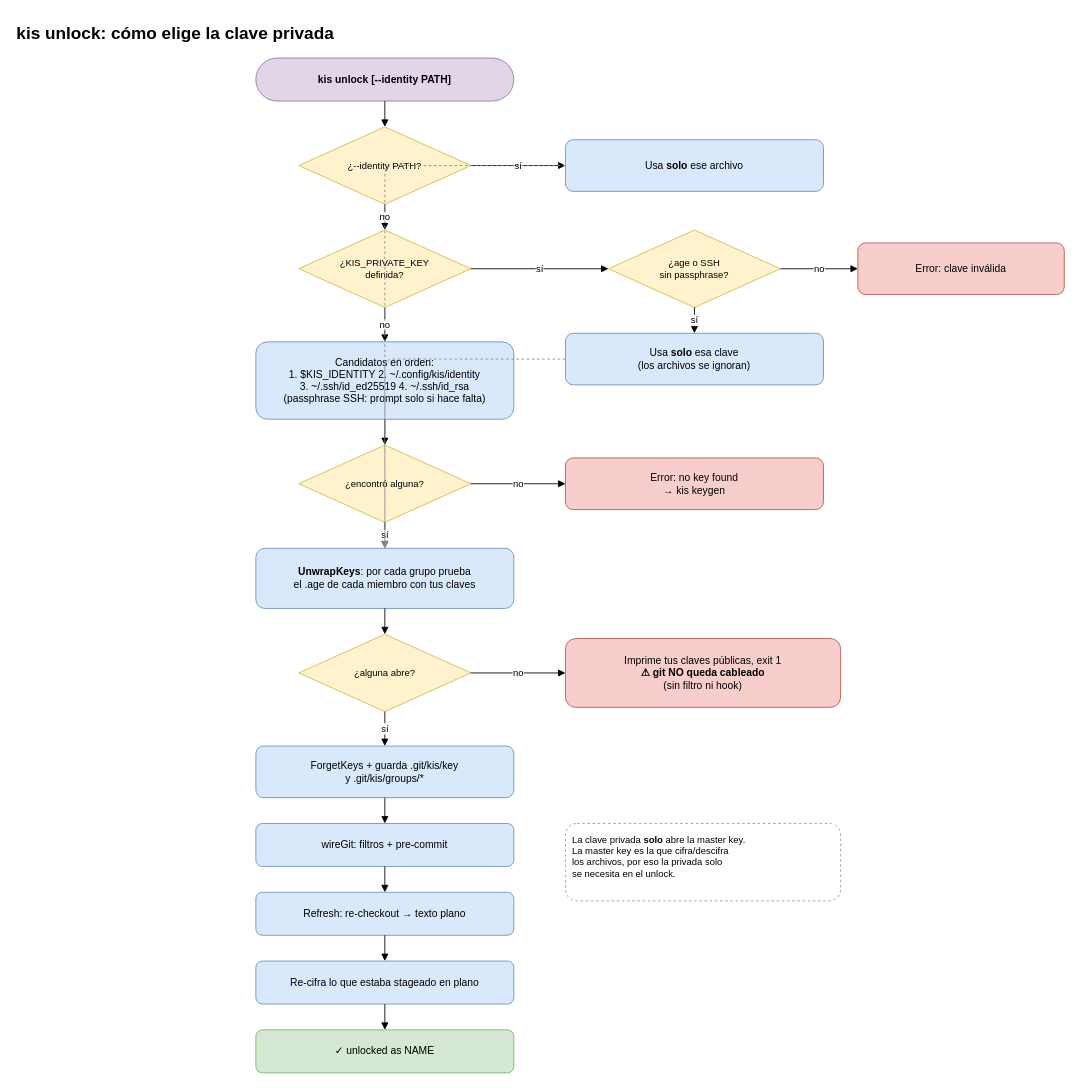
Above: page "4 · kis unlock: which key it uses" (4 of 10) of docs/diagrams/kis-flows.drawio in juanfraherrero/keep-in-secret (draw.io), before the change. Source tidied: cells renumbered, new cells numbered last; positions are measured from the earlier drawing's top-left corner, leaving out a move shared by most shapes. Both pictures are drawn from the tidied source at 86%, with x=0, y=0 at pixel (15, 15).
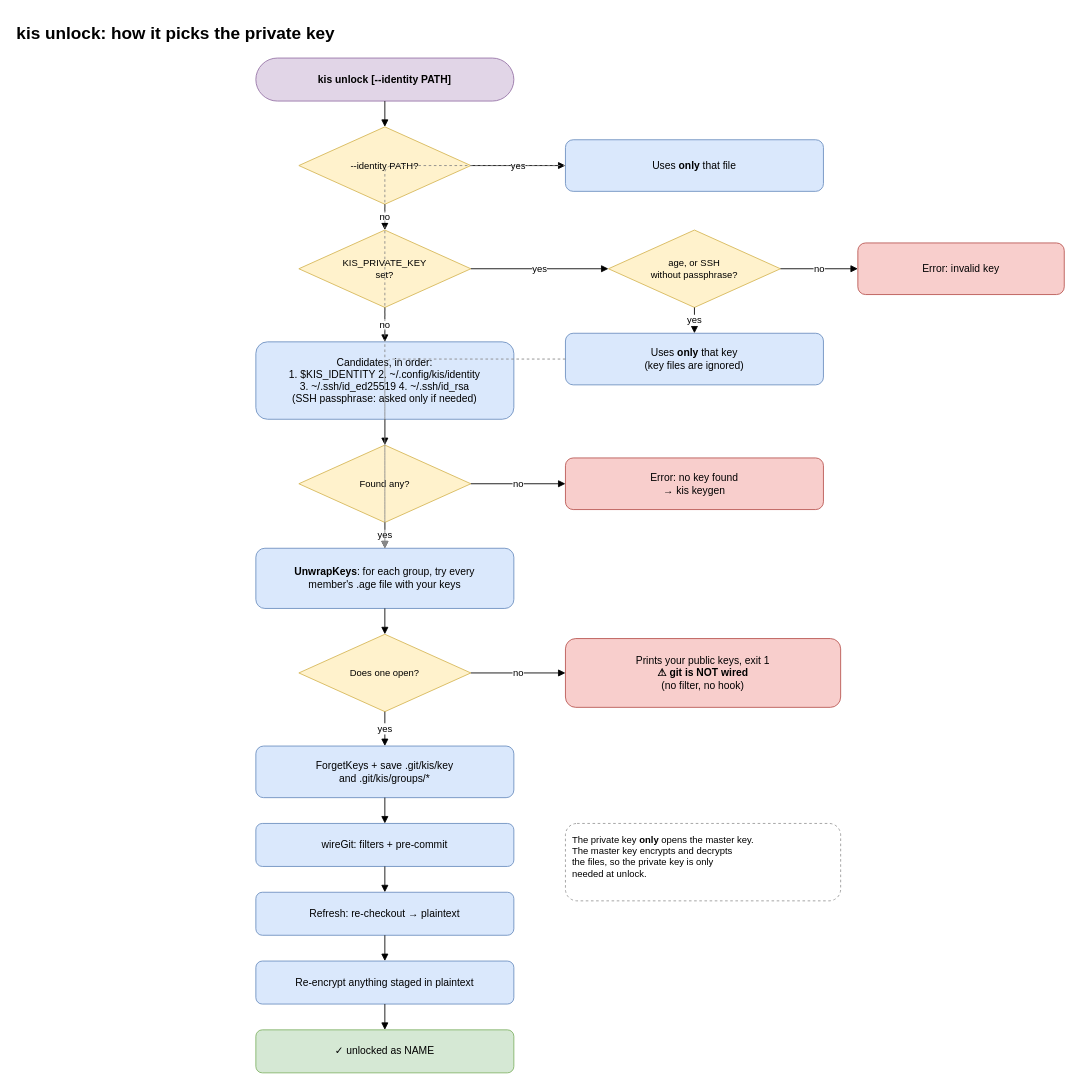
The same diagram, later.

Commit message (it also covers changes not shown here):
docs: troubleshooting guide, --identity, guard decision, diagrams

Diff of the diagram source:
```diff
@@
-    <mxCell id="2" value="kis unlock: cómo elige la clave privada" style="text;html=1;fontSize=20;fontStyle=1;align=left;verticalAlign=middle;" parent="1" vertex="1">
+    <mxCell id="2" value="kis unlock: how it picks the private key" style="text;html=1;fontSize=20;fontStyle=1;align=left;verticalAlign=middle;" parent="1" vertex="1">
       <mxGeometry width="900" height="40" as="geometry" />
     </mxCell>
@@
-    <mxCell id="4" value="¿--identity PATH?" style="rhombus;whiteSpace=wrap;html=1;fillColor=#fff2cc;strokeColor=#d6b656;fontSize=11;" parent="1" vertex="1">
+    <mxCell id="4" value="--identity PATH?" style="rhombus;whiteSpace=wrap;html=1;fillColor=#fff2cc;strokeColor=#d6b656;fontSize=11;" parent="1" vertex="1">
       <mxGeometry x="330" y="130" width="200" height="90" as="geometry" />
     </mxCell>
-    <mxCell id="5" value="Usa &lt;b&gt;solo&lt;/b&gt; ese archivo" style="rounded=1;whiteSpace=wrap;html=1;fillColor=#dae8fc;strokeColor=#6c8ebf;fontSize=12;" parent="1" vertex="1">
+    <mxCell id="5" value="Uses &lt;b&gt;only&lt;/b&gt; that file" style="rounded=1;whiteSpace=wrap;html=1;fillColor=#dae8fc;strokeColor=#6c8ebf;fontSize=12;" parent="1" vertex="1">
       <mxGeometry x="640" y="145" width="300" height="60" as="geometry" />
     </mxCell>
-    <mxCell id="6" value="¿KIS_PRIVATE_KEY&lt;br&gt;definida?" style="rhombus;whiteSpace=wrap;html=1;fillColor=#fff2cc;strokeColor=#d6b656;fontSize=11;" parent="1" vertex="1">
+    <mxCell id="6" value="KIS_PRIVATE_KEY&lt;br&gt;set?" style="rhombus;whiteSpace=wrap;html=1;fillColor=#fff2cc;strokeColor=#d6b656;fontSize=11;" parent="1" vertex="1">
       <mxGeometry x="330" y="250" width="200" height="90" as="geometry" />
     </mxCell>
-    <mxCell id="7" value="¿age o SSH&lt;br&gt;sin passphrase?" style="rhombus;whiteSpace=wrap;html=1;fillColor=#fff2cc;strokeColor=#d6b656;fontSize=11;" parent="1" vertex="1">
+    <mxCell id="7" value="age, or SSH&lt;br&gt;without passphrase?" style="rhombus;whiteSpace=wrap;html=1;fillColor=#fff2cc;strokeColor=#d6b656;fontSize=11;" parent="1" vertex="1">
       <mxGeometry x="690" y="250" width="200" height="90" as="geometry" />
     </mxCell>
-    <mxCell id="8" value="Error: clave inválida" style="rounded=1;whiteSpace=wrap;html=1;fillColor=#f8cecc;strokeColor=#b85450;fontSize=12;" parent="1" vertex="1">
+    <mxCell id="8" value="Error: invalid key" style="rounded=1;whiteSpace=wrap;html=1;fillColor=#f8cecc;strokeColor=#b85450;fontSize=12;" parent="1" vertex="1">
       <mxGeometry x="980" y="265" width="240" height="60" as="geometry" />
     </mxCell>
-    <mxCell id="9" value="Usa &lt;b&gt;solo&lt;/b&gt; esa clave&lt;br&gt;(los archivos se ignoran)" style="rounded=1;whiteSpace=wrap;html=1;fillColor=#dae8fc;strokeColor=#6c8ebf;fontSize=12;" parent="1" vertex="1">
+    <mxCell id="9" value="Uses &lt;b&gt;only&lt;/b&gt; that key&lt;br&gt;(key files are ignored)" style="rounded=1;whiteSpace=wrap;html=1;fillColor=#dae8fc;strokeColor=#6c8ebf;fontSize=12;" parent="1" vertex="1">
       <mxGeometry x="640" y="370" width="300" height="60" as="geometry" />
     </mxCell>
-    <mxCell id="10" value="Candidatos en orden:&lt;br&gt;1. $KIS_IDENTITY  2. ~/.config/kis/identity&lt;br&gt;3. ~/.ssh/id_ed25519  4. ~/.ssh/id_rsa&lt;br&gt;(passphrase SSH: prompt solo si hace falta)" style="rounded=1;whiteSpace=wrap;html=1;fillColor=#dae8fc;strokeColor=#6c8ebf;fontSize=12;" parent="1" vertex="1">
+    <mxCell id="10" value="Candidates, in order:&lt;br&gt;1. $KIS_IDENTITY  2. ~/.config/kis/identity&lt;br&gt;3. ~/.ssh/id_ed25519  4. ~/.ssh/id_rsa&lt;br&gt;(SSH passphrase: asked only if needed)" style="rounded=1;whiteSpace=wrap;html=1;fillColor=#dae8fc;strokeColor=#6c8ebf;fontSize=12;" parent="1" vertex="1">
       <mxGeometry x="280" y="380" width="300" height="90" as="geometry" />
     </mxCell>
-    <mxCell id="11" value="¿encontró alguna?" style="rhombus;whiteSpace=wrap;html=1;fillColor=#fff2cc;strokeColor=#d6b656;fontSize=11;" parent="1" vertex="1">
+    <mxCell id="11" value="Found any?" style="rhombus;whiteSpace=wrap;html=1;fillColor=#fff2cc;strokeColor=#d6b656;fontSize=11;" parent="1" vertex="1">
       <mxGeometry x="330" y="500" width="200" height="90" as="geometry" />
     </mxCell>
@@
-    <mxCell id="13" value="&lt;b&gt;UnwrapKeys&lt;/b&gt;: por cada grupo prueba&lt;br&gt;el .age de cada miembro con tus claves" style="rounded=1;whiteSpace=wrap;html=1;fillColor=#dae8fc;strokeColor=#6c8ebf;fontSize=12;" parent="1" vertex="1">
+    <mxCell id="13" value="&lt;b&gt;UnwrapKeys&lt;/b&gt;: for each group, try every&lt;br&gt;member's .age file with your keys" style="rounded=1;whiteSpace=wrap;html=1;fillColor=#dae8fc;strokeColor=#6c8ebf;fontSize=12;" parent="1" vertex="1">
       <mxGeometry x="280" y="620" width="300" height="70" as="geometry" />
     </mxCell>
-    <mxCell id="14" value="¿alguna abre?" style="rhombus;whiteSpace=wrap;html=1;fillColor=#fff2cc;strokeColor=#d6b656;fontSize=11;" parent="1" vertex="1">
+    <mxCell id="14" value="Does one open?" style="rhombus;whiteSpace=wrap;html=1;fillColor=#fff2cc;strokeColor=#d6b656;fontSize=11;" parent="1" vertex="1">
       <mxGeometry x="330" y="720" width="200" height="90" as="geometry" />
     </mxCell>
-    <mxCell id="15" value="Imprime tus claves públicas, exit 1&lt;br&gt;&lt;b&gt;⚠ git NO queda cableado&lt;/b&gt;&lt;br&gt;(sin filtro ni hook)" style="rounded=1;whiteSpace=wrap;html=1;fillColor=#f8cecc;strokeColor=#b85450;fontSize=12;" parent="1" vertex="1">
+    <mxCell id="15" value="Prints your public keys, exit 1&lt;br&gt;&lt;b&gt;⚠ git is NOT wired&lt;/b&gt;&lt;br&gt;(no filter, no hook)" style="rounded=1;whiteSpace=wrap;html=1;fillColor=#f8cecc;strokeColor=#b85450;fontSize=12;" parent="1" vertex="1">
       <mxGeometry x="640" y="725" width="320" height="80" as="geometry" />
     </mxCell>
-    <mxCell id="16" value="ForgetKeys + guarda .git/kis/key&lt;br&gt;y .git/kis/groups/*" style="rounded=1;whiteSpace=wrap;html=1;fillColor=#dae8fc;strokeColor=#6c8ebf;fontSize=12;" parent="1" vertex="1">
+    <mxCell id="16" value="ForgetKeys + save .git/kis/key&lt;br&gt;and .git/kis/groups/*" style="rounded=1;whiteSpace=wrap;html=1;fillColor=#dae8fc;strokeColor=#6c8ebf;fontSize=12;" parent="1" vertex="1">
       <mxGeometry x="280" y="850" width="300" height="60" as="geometry" />
     </mxCell>
-    <mxCell id="17" value="wireGit: filtros + pre-commit" style="rounded=1;whiteSpace=wrap;html=1;fillColor=#dae8fc;strokeColor=#6c8ebf;fontSize=12;" parent="1" vertex="1">
+    <mxCell id="17" value="wireGit: filters + pre-commit" style="rounded=1;whiteSpace=wrap;html=1;fillColor=#dae8fc;strokeColor=#6c8ebf;fontSize=12;" parent="1" vertex="1">
       <mxGeometry x="280" y="940" width="300" height="50" as="geometry" />
     </mxCell>
-    <mxCell id="18" value="Refresh: re-checkout → texto plano" style="rounded=1;whiteSpace=wrap;html=1;fillColor=#dae8fc;strokeColor=#6c8ebf;fontSize=12;" parent="1" vertex="1">
+    <mxCell id="18" value="Refresh: re-checkout → plaintext" style="rounded=1;whiteSpace=wrap;html=1;fillColor=#dae8fc;strokeColor=#6c8ebf;fontSize=12;" parent="1" vertex="1">
       <mxGeometry x="280" y="1020" width="300" height="50" as="geometry" />
     </mxCell>
-    <mxCell id="19" value="Re-cifra lo que estaba stageado en plano" style="rounded=1;whiteSpace=wrap;html=1;fillColor=#dae8fc;strokeColor=#6c8ebf;fontSize=12;" parent="1" vertex="1">
+    <mxCell id="19" value="Re-encrypt anything staged in plaintext" style="rounded=1;whiteSpace=wrap;html=1;fillColor=#dae8fc;strokeColor=#6c8ebf;fontSize=12;" parent="1" vertex="1">
       <mxGeometry x="280" y="1100" width="300" height="50" as="geometry" />
     </mxCell>
@@
-    <mxCell id="21" value="La clave privada &lt;b&gt;solo&lt;/b&gt; abre la master key.&lt;br&gt;La master key es la que cifra/descifra&lt;br&gt;los archivos, por eso la privada solo&lt;br&gt;se necesita en el unlock." style="rounded=1;whiteSpace=wrap;html=1;fillColor=#ffffff;strokeColor=#999999;dashed=1;fontSize=11;align=left;verticalAlign=top;spacing=8;" parent="1" vertex="1">
+    <mxCell id="21" value="The private key &lt;b&gt;only&lt;/b&gt; opens the master key.&lt;br&gt;The master key encrypts and decrypts&lt;br&gt;the files, so the private key is only&lt;br&gt;needed at unlock." style="rounded=1;whiteSpace=wrap;html=1;fillColor=#ffffff;strokeColor=#999999;dashed=1;fontSize=11;align=left;verticalAlign=top;spacing=8;" parent="1" vertex="1">
       <mxGeometry x="640" y="940" width="320" height="90" as="geometry" />
     </mxCell>
@@
-    <mxCell id="23" value="sí" style="edgeStyle=orthogonalEdgeStyle;rounded=1;html=1;endArrow=block;endFill=1;fontSize=11;" parent="1" edge="1" source="4" target="5">
+    <mxCell id="23" value="yes" style="edgeStyle=orthogonalEdgeStyle;rounded=1;html=1;endArrow=block;endFill=1;fontSize=11;" parent="1" edge="1" source="4" target="5">
       <mxGeometry relative="1" as="geometry" />
     </mxCell>
@@
-    <mxCell id="25" value="sí" style="edgeStyle=orthogonalEdgeStyle;rounded=1;html=1;endArrow=block;endFill=1;fontSize=11;" parent="1" edge="1" source="6" target="7">
+    <mxCell id="25" value="yes" style="edgeStyle=orthogonalEdgeStyle;rounded=1;html=1;endArrow=block;endFill=1;fontSize=11;" parent="1" edge="1" source="6" target="7">
       <mxGeometry relative="1" as="geometry" />
     </mxCell>
@@
-    <mxCell id="27" value="sí" style="edgeStyle=orthogonalEdgeStyle;rounded=1;html=1;endArrow=block;endFill=1;fontSize=11;" parent="1" edge="1" source="7" target="9">
+    <mxCell id="27" value="yes" style="edgeStyle=orthogonalEdgeStyle;rounded=1;html=1;endArrow=block;endFill=1;fontSize=11;" parent="1" edge="1" source="7" target="9">
       <mxGeometry relative="1" as="geometry" />
     </mxCell>
@@
-    <mxCell id="31" value="sí" style="edgeStyle=orthogonalEdgeStyle;rounded=1;html=1;endArrow=block;endFill=1;fontSize=11;" parent="1" edge="1" source="11" target="13">
+    <mxCell id="31" value="yes" style="edgeStyle=orthogonalEdgeStyle;rounded=1;html=1;endArrow=block;endFill=1;fontSize=11;" parent="1" edge="1" source="11" target="13">
       <mxGeometry relative="1" as="geometry" />
     </mxCell>
@@
-    <mxCell id="36" value="sí" style="edgeStyle=orthogonalEdgeStyle;rounded=1;html=1;endArrow=block;endFill=1;fontSize=11;" parent="1" edge="1" source="14" target="16">
+    <mxCell id="36" value="yes" style="edgeStyle=orthogonalEdgeStyle;rounded=1;html=1;endArrow=block;endFill=1;fontSize=11;" parent="1" edge="1" source="14" target="16">
       <mxGeometry relative="1" as="geometry" />
     </mxCell>
```
